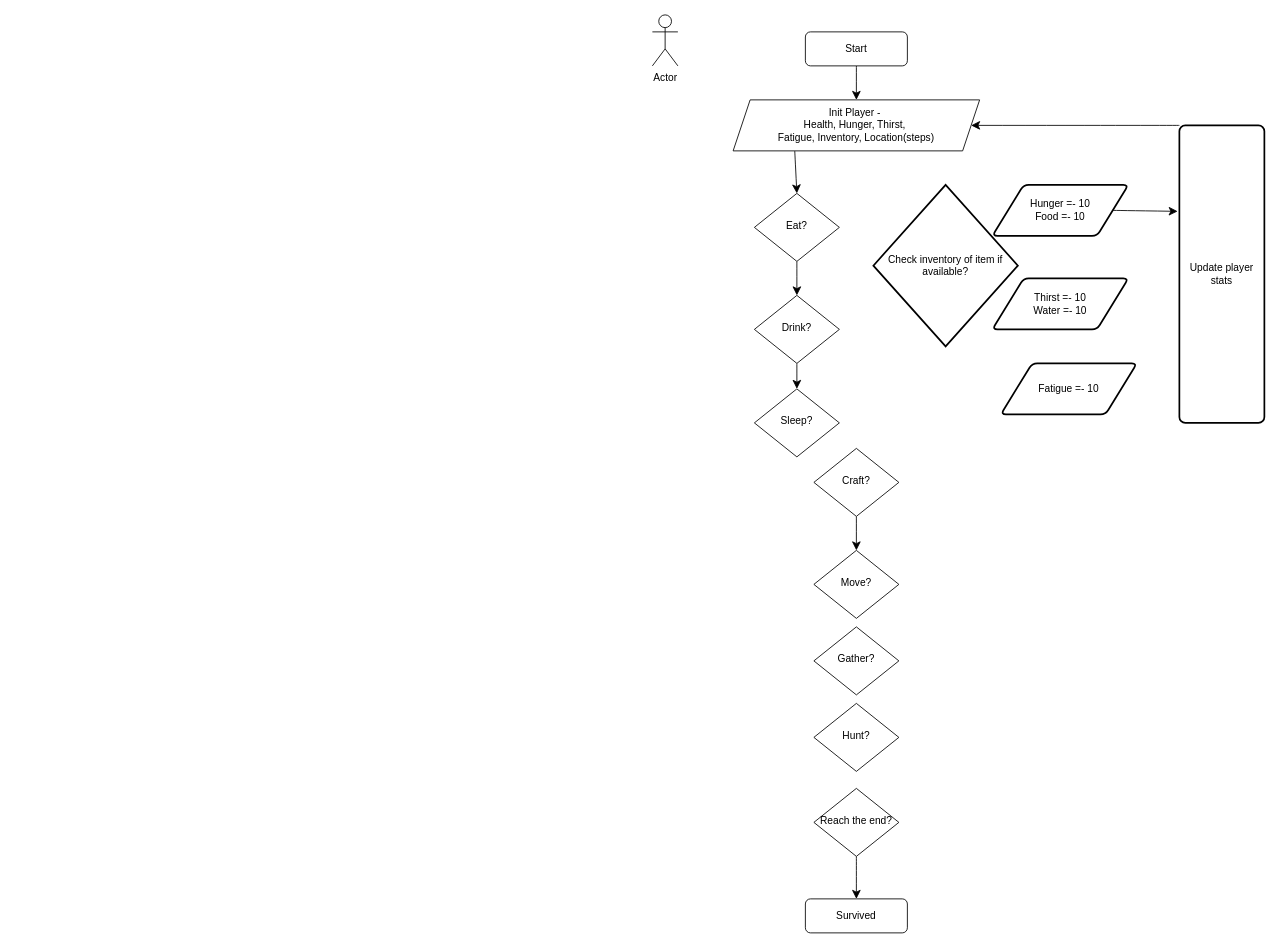
RobertJohn-/react-person-crud keeps this draw.io diagram as Untitled Diagram.drawio. Above is the earlier version. Source tidied: cells renumbered, new cells numbered last; positions are measured from the earlier drawing's top-left corner, leaving out a move shared by most shapes. Both pictures are drawn from the tidied source at 85%, with x=0, y=0 at pixel (652, 14).
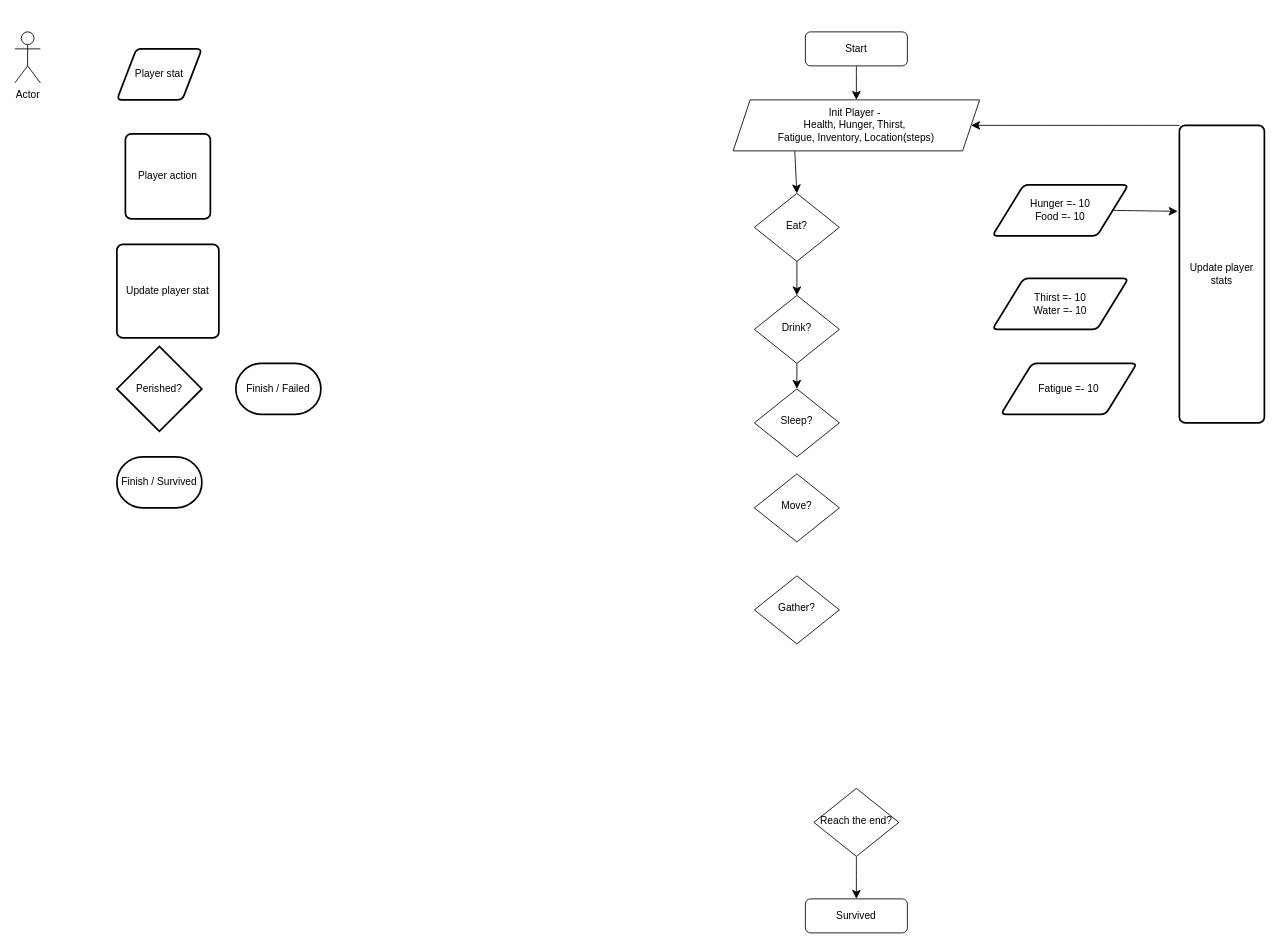
The same page after the edit.

The edit, as a diff of the source:
```diff
@@
     <mxCell id="9" value="Actor" style="shape=umlActor;verticalLabelPosition=bottom;verticalAlign=top;html=1;" parent="1" vertex="1">
-      <mxGeometry width="30" height="60" as="geometry" />
+      <mxGeometry x="-750" y="20" width="30" height="60" as="geometry" />
     </mxCell>
@@
     <mxCell id="15" value="Gather?" style="rhombus;whiteSpace=wrap;html=1;shadow=0;fontFamily=Helvetica;fontSize=12;align=center;strokeWidth=1;spacing=6;spacingTop=-4;" parent="1" vertex="1">
-      <mxGeometry x="190" y="720" width="100" height="80" as="geometry" />
+      <mxGeometry x="120" y="660" width="100" height="80" as="geometry" />
     </mxCell>
     <mxCell id="16" value="Move?" style="rhombus;whiteSpace=wrap;html=1;shadow=0;fontFamily=Helvetica;fontSize=12;align=center;strokeWidth=1;spacing=6;spacingTop=-4;" parent="1" vertex="1">
-      <mxGeometry x="190" y="630" width="100" height="80" as="geometry" />
+      <mxGeometry x="120" y="540" width="100" height="80" as="geometry" />
     </mxCell>
-    <mxCell id="17" style="edgeStyle=none;curved=1;rounded=0;jettySize=auto;html=1;exitX=0.5;exitY=1;exitDx=0;exitDy=0;entryX=0.5;entryY=0;entryDx=0;entryDy=0;fontSize=12;startSize=8;endSize=8;" parent="1" edge="1" source="18" target="16">
-      <mxGeometry relative="1" as="geometry" />
-    </mxCell>
-    <mxCell id="18" value="Craft?" style="rhombus;whiteSpace=wrap;html=1;shadow=0;fontFamily=Helvetica;fontSize=12;align=center;strokeWidth=1;spacing=6;spacingTop=-4;" parent="1" vertex="1">
-      <mxGeometry x="190" y="510" width="100" height="80" as="geometry" />
-    </mxCell>
-    <mxCell id="19" value="Hunt?" style="rhombus;whiteSpace=wrap;html=1;shadow=0;fontFamily=Helvetica;fontSize=12;align=center;strokeWidth=1;spacing=6;spacingTop=-4;" parent="1" vertex="1">
-      <mxGeometry x="190" y="810" width="100" height="80" as="geometry" />
-    </mxCell>
@@
-    <mxCell id="26" value="Check inventory of item if available?" style="strokeWidth=2;html=1;shape=mxgraph.flowchart.decision;whiteSpace=wrap;" parent="1" vertex="1">
-      <mxGeometry x="260" y="200" width="170" height="190" as="geometry" />
-    </mxCell>
+    <mxCell id="27" value="Player stat" style="shape=parallelogram;html=1;strokeWidth=2;perimeter=parallelogramPerimeter;whiteSpace=wrap;rounded=1;arcSize=12;size=0.23;" parent="1" vertex="1">
+      <mxGeometry x="-630" y="40" width="100" height="60" as="geometry" />
+    </mxCell>
+    <mxCell id="28" value="Player action" style="rounded=1;whiteSpace=wrap;html=1;absoluteArcSize=1;arcSize=14;strokeWidth=2;" parent="1" vertex="1">
+      <mxGeometry x="-620" y="140" width="100" height="100" as="geometry" />
+    </mxCell>
+    <mxCell id="29" value="Update player stat" style="rounded=1;whiteSpace=wrap;html=1;absoluteArcSize=1;arcSize=14;strokeWidth=2;" parent="1" vertex="1">
+      <mxGeometry x="-630" y="270" width="120" height="110" as="geometry" />
+    </mxCell>
+    <mxCell id="30" value="Finish / Survived" style="strokeWidth=2;html=1;shape=mxgraph.flowchart.terminator;whiteSpace=wrap;" parent="1" vertex="1">
+      <mxGeometry x="-630" y="520" width="100" height="60" as="geometry" />
+    </mxCell>
+    <mxCell id="31" value="Perished?" style="strokeWidth=2;html=1;shape=mxgraph.flowchart.decision;whiteSpace=wrap;" parent="1" vertex="1">
+      <mxGeometry x="-630" y="390" width="100" height="100" as="geometry" />
+    </mxCell>
+    <mxCell id="32" value="Finish / Failed" style="strokeWidth=2;html=1;shape=mxgraph.flowchart.terminator;whiteSpace=wrap;" parent="1" vertex="1">
+      <mxGeometry x="-490" y="410" width="100" height="60" as="geometry" />
+    </mxCell>
```
